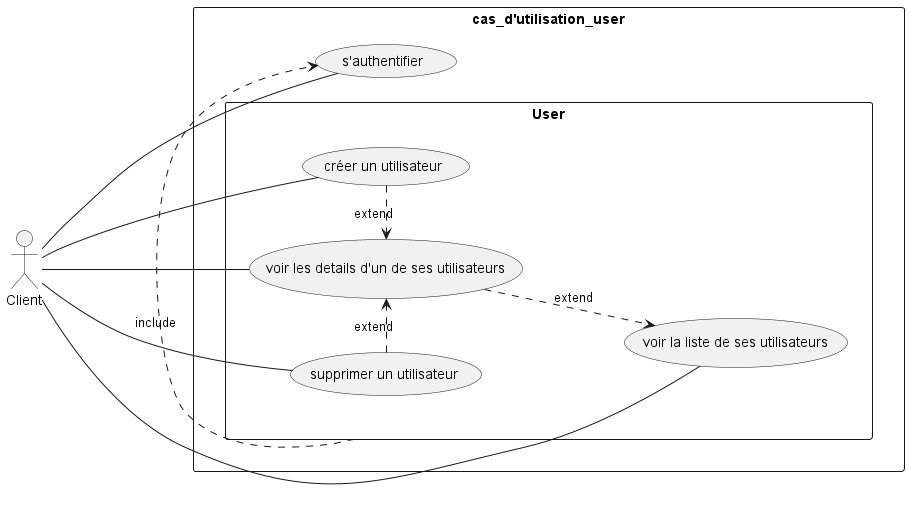
Before: diagrammeUml/cas_d_utilisation_user.png, a diagram exported from PlantUML (nbahire/Projet7_api). Its diagram source:
```plantuml
@startuml cas_d'utilisation_user
scale 1
Left to right direction
skinparam packageStyle rect
actor Client as Customers

rectangle cas_d'utilisation_user {
    (Customers) --- (s'authentifier)
    package User {
        (Customers) -- (voir la liste de ses utilisateurs)
        (Customers) -- (voir les details d'un de ses utilisateurs)
        (Customers) -- (créer un utilisateur)
        (Customers) -- (supprimer un utilisateur)
    }
    User .> (s'authentifier):include

    (voir les details d'un de ses utilisateurs) ..> (voir la liste de ses utilisateurs):extend

    (créer un utilisateur) .> (voir les details d'un de ses utilisateurs):extend
    (supprimer un utilisateur) .> (voir les details d'un de ses utilisateurs):extend

}

@enduml
```
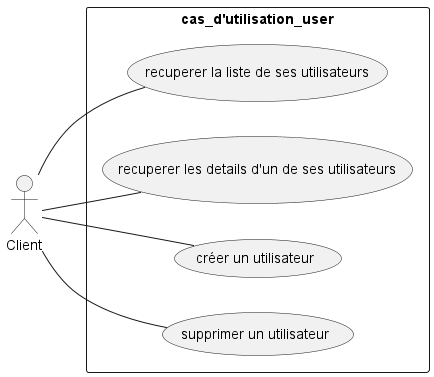
Later version of the same file.

Diff of the diagram source:
```diff
@@ -5,19 +5,12 @@
 actor Client as Customers
 
 rectangle cas_d'utilisation_user {
-    (Customers) --- (s'authentifier)
-    package User {
-        (Customers) -- (voir la liste de ses utilisateurs)
-        (Customers) -- (voir les details d'un de ses utilisateurs)
+        (Customers) -- (recuperer la liste de ses utilisateurs)
+        (Customers) -- (recuperer les details d'un de ses utilisateurs)
         (Customers) -- (créer un utilisateur)
         (Customers) -- (supprimer un utilisateur)
-    }
-    User .> (s'authentifier):include
 
-    (voir les details d'un de ses utilisateurs) ..> (voir la liste de ses utilisateurs):extend
 
-    (créer un utilisateur) .> (voir les details d'un de ses utilisateurs):extend
-    (supprimer un utilisateur) .> (voir les details d'un de ses utilisateurs):extend
 
 }
 
```
